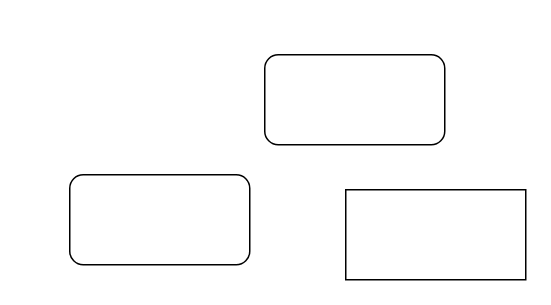
The draw.io diagram draw.io/未命名绘图.drawio in lieying8/sync, before the edit. Source tidied: cells renumbered, new cells numbered last; positions are measured from the earlier drawing's top-left corner, leaving out a move shared by most shapes. Both pictures are drawn from the tidied source at 150%, with x=0, y=0 at pixel (69, 54).
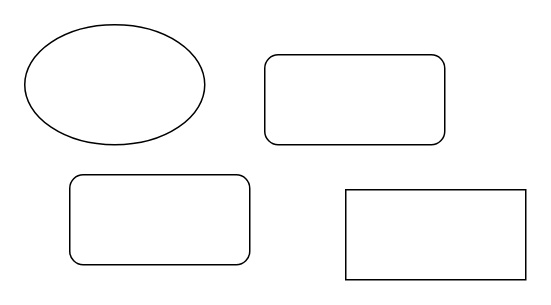
After the change.

Commit message:
更新未命名绘图.drawio.svg

The edit, as a diff of the source:
```diff
@@
 <mxGraphModel>
   <root>
     <mxCell id="0" />
     <mxCell id="1" parent="0" />
     <mxCell id="2" style="rounded=1;whiteSpace=wrap;html=1;" parent="1" vertex="1">
       <mxGeometry y="80" width="120" height="60" as="geometry" />
     </mxCell>
     <mxCell id="3" style="rounded=0;whiteSpace=wrap;html=1;" parent="1" vertex="1">
       <mxGeometry x="184" y="90" width="120" height="60" as="geometry" />
     </mxCell>
     <mxCell id="4" style="rounded=1;whiteSpace=wrap;html=1;" parent="1" vertex="1">
       <mxGeometry x="130" width="120" height="60" as="geometry" />
     </mxCell>
+    <mxCell id="5" style="ellipse;whiteSpace=wrap;html=1;" parent="1" vertex="1">
+      <mxGeometry x="-30" y="-20" width="120" height="80" as="geometry" />
+    </mxCell>
   </root>
 </mxGraphModel>
```
